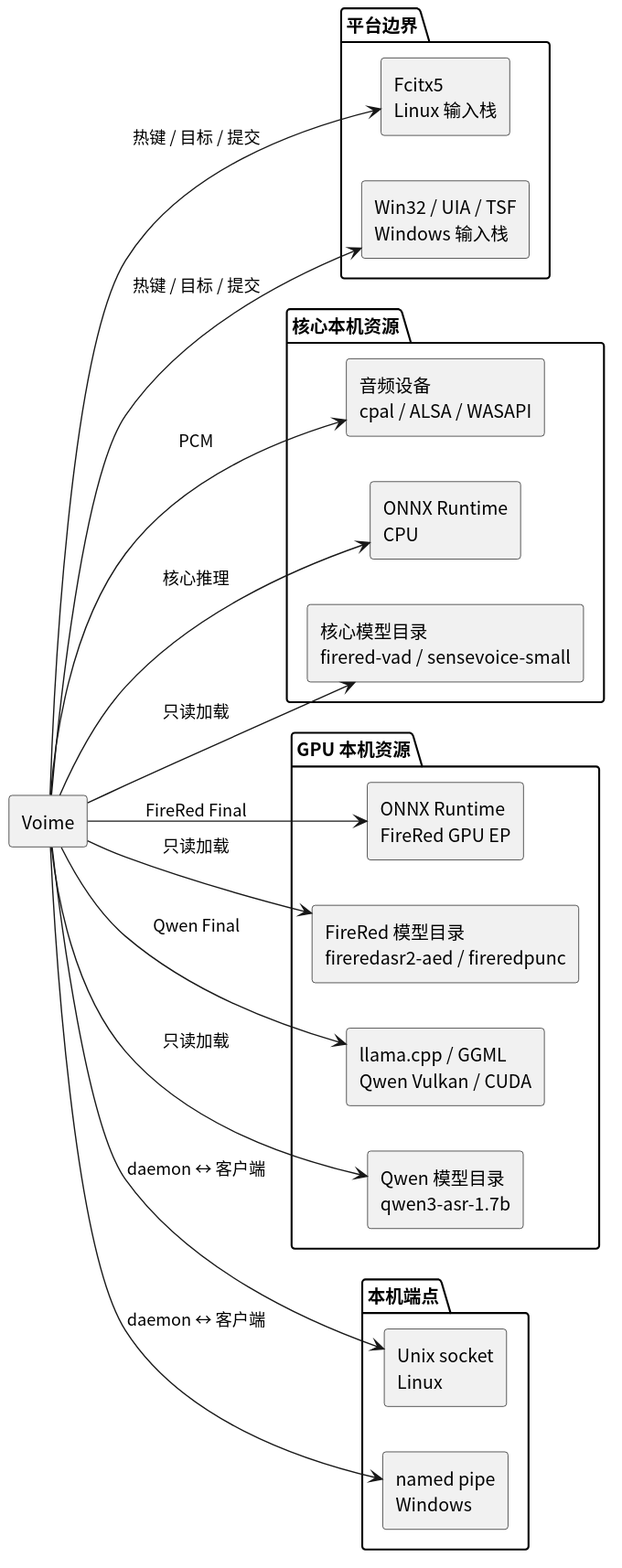
Earlier version of the PlantUML export diagram/provider-map.svg (54m43lJ/voime).
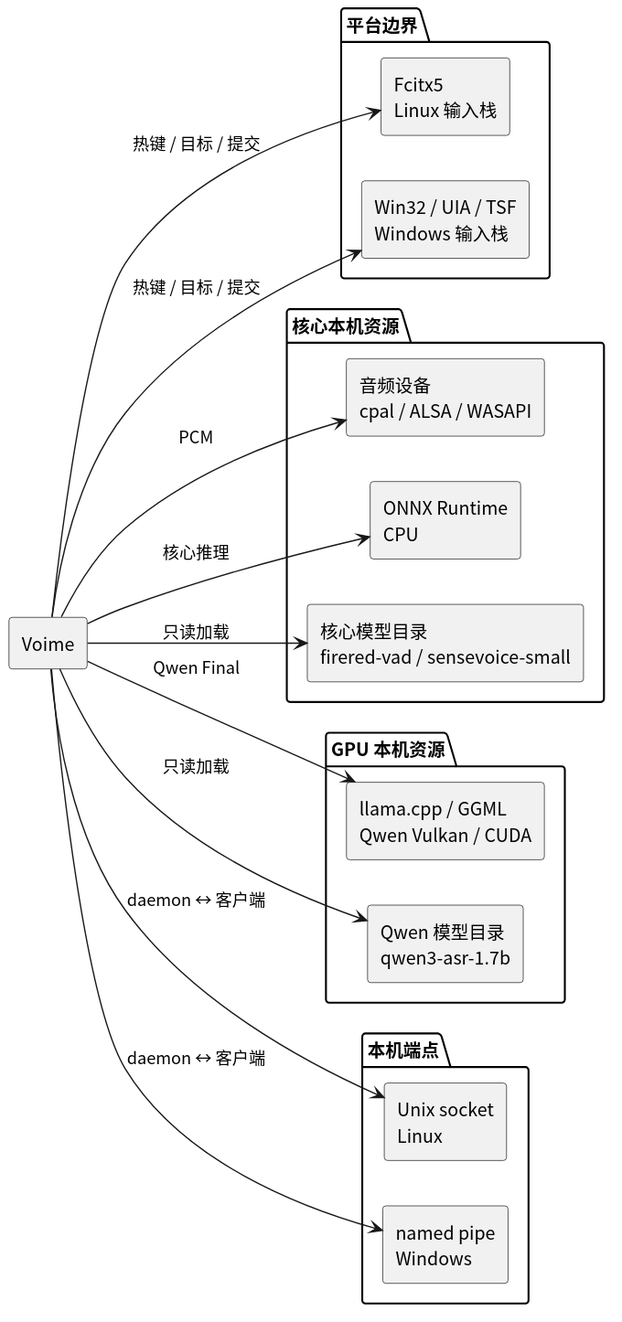
The same diagram one commit later.

Diff of the diagram source:
```diff
@@ -18,8 +18,6 @@
 }
 
 package "GPU 本机资源" {
-  component "ONNX Runtime\nFireRed GPU EP" as OrtGpu
-  component "FireRed 模型目录\nfireredasr2-aed / fireredpunc" as FireredModels
   component "llama.cpp / GGML\nQwen Vulkan / CUDA" as Llama
   component "Qwen 模型目录\nqwen3-asr-1.7b" as QwenModels
 }
@@ -34,8 +32,6 @@
 Voime --> Audio : PCM
 Voime --> OrtCpu : 核心推理
 Voime --> CoreModels : 只读加载
-Voime --> OrtGpu : FireRed Final
-Voime --> FireredModels : 只读加载
 Voime --> Llama : Qwen Final
 Voime --> QwenModels : 只读加载
 Voime --> Unix : daemon ↔ 客户端
```
